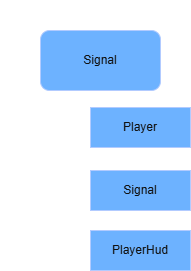
Earlier version of the draw.io export p1/이미지 작업파일/ReadMe_Image/HoloCureCloneMain1-Signal.drawio.png (BeomChi/HoloCureClone). Source tidied: cells renumbered, new cells last; positions are measured from the earlier drawing's top-left corner, leaving out a move shared by most shapes.
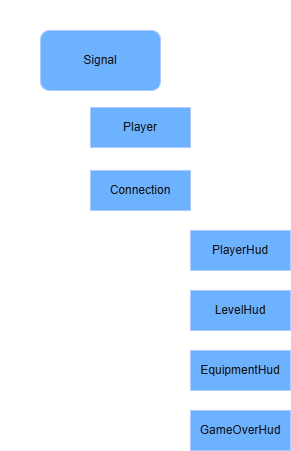
After the commit.

Change to the diagram source:
```diff
@@ -2,21 +2,30 @@
   <root>
     <mxCell id="0" />
     <mxCell id="1" parent="0" />
-    <mxCell id="2" style="edgeStyle=orthogonalEdgeStyle;rounded=0;jettySize=auto;html=1;entryX=0.5;entryY=0;entryDx=0;entryDy=0;" parent="1" edge="1" source="3" target="5">
-      <mxGeometry relative="1" as="geometry" />
-    </mxCell>
+    <mxCell id="10" style="edgeStyle=orthogonalEdgeStyle;rounded=0;jettySize=auto;html=1;entryX=0.5;entryY=0;entryDx=0;entryDy=0;" parent="1" edge="1" source="3" target="15">
+      <mxGeometry relative="1" as="geometry" />
+    </mxCell>
     <mxCell id="3" value="Player" style="rounded=0;whiteSpace=wrap;html=1;fillColor=#0050ef;fontColor=#ffffff;strokeColor=#001DBC;" parent="1" vertex="1">
       <mxGeometry x="90" y="107" width="100" height="40" as="geometry" />
     </mxCell>
-    <mxCell id="4" style="edgeStyle=orthogonalEdgeStyle;rounded=0;jettySize=auto;html=1;" parent="1" edge="1" source="5" target="6">
-      <mxGeometry relative="1" as="geometry" />
-    </mxCell>
-    <mxCell id="5" value="Signal" style="rounded=0;whiteSpace=wrap;html=1;fillColor=#0050ef;fontColor=#ffffff;strokeColor=#001DBC;" parent="1" vertex="1">
-      <mxGeometry x="90" y="170" width="100" height="40" as="geometry" />
-    </mxCell>
-    <mxCell id="6" value="PlayerHud" style="rounded=0;whiteSpace=wrap;html=1;fillColor=#0050ef;fontColor=#ffffff;strokeColor=#001DBC;" parent="1" vertex="1">
-      <mxGeometry x="90" y="230" width="100" height="40" as="geometry" />
-    </mxCell>
+    <mxCell id="11" style="edgeStyle=orthogonalEdgeStyle;rounded=0;jettySize=auto;html=1;entryX=0;entryY=0.5;entryDx=0;entryDy=0;" parent="1" edge="1" source="15" target="16">
+      <mxGeometry relative="1" as="geometry" />
+    </mxCell>
+    <mxCell id="12" style="edgeStyle=orthogonalEdgeStyle;rounded=0;jettySize=auto;html=1;exitX=0.5;exitY=1;exitDx=0;exitDy=0;entryX=0;entryY=0.5;entryDx=0;entryDy=0;" parent="1" edge="1" source="15" target="6">
+      <mxGeometry relative="1" as="geometry" />
+    </mxCell>
+    <mxCell id="13" style="edgeStyle=orthogonalEdgeStyle;rounded=0;jettySize=auto;html=1;exitX=0.5;exitY=1;exitDx=0;exitDy=0;entryX=0;entryY=0.5;entryDx=0;entryDy=0;" parent="1" edge="1" source="15" target="17">
+      <mxGeometry relative="1" as="geometry" />
+    </mxCell>
+    <mxCell id="14" style="edgeStyle=orthogonalEdgeStyle;rounded=0;jettySize=auto;html=1;exitX=0.5;exitY=1;exitDx=0;exitDy=0;entryX=0;entryY=0.5;entryDx=0;entryDy=0;" parent="1" edge="1" source="15" target="18">
+      <mxGeometry relative="1" as="geometry" />
+    </mxCell>
+    <mxCell id="15" value="Connection" style="rounded=0;whiteSpace=wrap;html=1;fillColor=#0050ef;fontColor=#ffffff;strokeColor=#001DBC;" parent="1" vertex="1">
+      <mxGeometry x="90" y="170" width="100" height="40" as="geometry" />
+    </mxCell>
+    <mxCell id="16" value="LevelHud" style="rounded=0;whiteSpace=wrap;html=1;fillColor=#0050ef;fontColor=#ffffff;strokeColor=#001DBC;" parent="1" vertex="1">
+      <mxGeometry x="190" y="290" width="100" height="40" as="geometry" />
+    </mxCell>
     <mxCell id="7" style="edgeStyle=orthogonalEdgeStyle;rounded=0;jettySize=auto;html=1;entryX=0;entryY=0.5;entryDx=0;entryDy=0;exitX=0.129;exitY=0.983;exitDx=0;exitDy=0;exitPerimeter=0;" parent="1" edge="1" source="8" target="3">
       <mxGeometry relative="1" as="geometry" />
     </mxCell>
@@ -26,5 +35,14 @@
     <mxCell id="9" value="Signal" style="text;html=1;whiteSpace=wrap;strokeColor=none;fillColor=none;align=center;verticalAlign=middle;rounded=0;" parent="1" vertex="1">
       <mxGeometry width="60" height="30" as="geometry" />
     </mxCell>
+    <mxCell id="6" value="PlayerHud" style="rounded=0;whiteSpace=wrap;html=1;fillColor=#0050ef;fontColor=#ffffff;strokeColor=#001DBC;" parent="1" vertex="1">
+      <mxGeometry x="190" y="230" width="100" height="40" as="geometry" />
+    </mxCell>
+    <mxCell id="17" value="EquipmentHud" style="rounded=0;whiteSpace=wrap;html=1;fillColor=#0050ef;fontColor=#ffffff;strokeColor=#001DBC;" parent="1" vertex="1">
+      <mxGeometry x="190" y="350" width="100" height="40" as="geometry" />
+    </mxCell>
+    <mxCell id="18" value="GameOverHud" style="rounded=0;whiteSpace=wrap;html=1;fillColor=#0050ef;fontColor=#ffffff;strokeColor=#001DBC;" parent="1" vertex="1">
+      <mxGeometry x="190" y="410" width="100" height="40" as="geometry" />
+    </mxCell>
   </root>
 </mxGraphModel>
```
